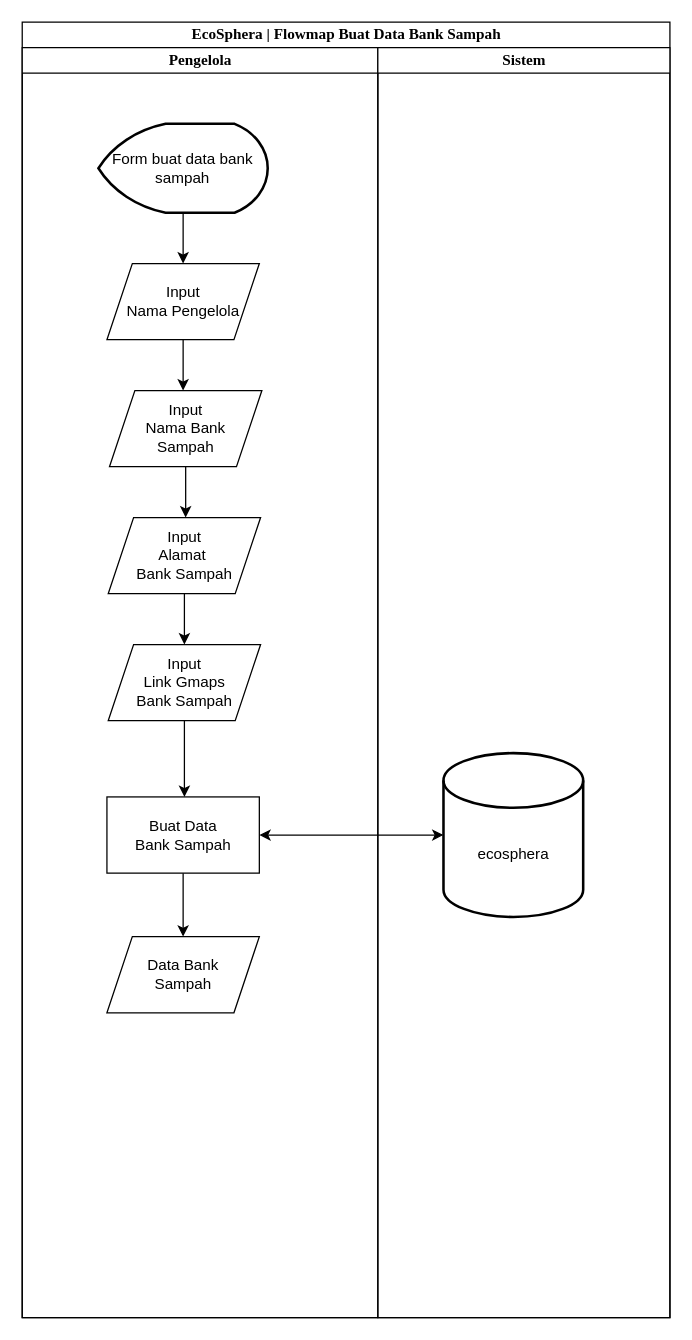
Before: flowmap/flowmap_create_bankSampah.drawio in Ainzu-kun/EcoSphera, a draw.io diagram. Source tidied: cells renumbered, new cells numbered last; positions are measured from the earlier drawing's top-left corner, leaving out a move shared by most shapes. Both pictures are drawn from the tidied source at 127%, with x=0, y=0 at pixel (22, 22).
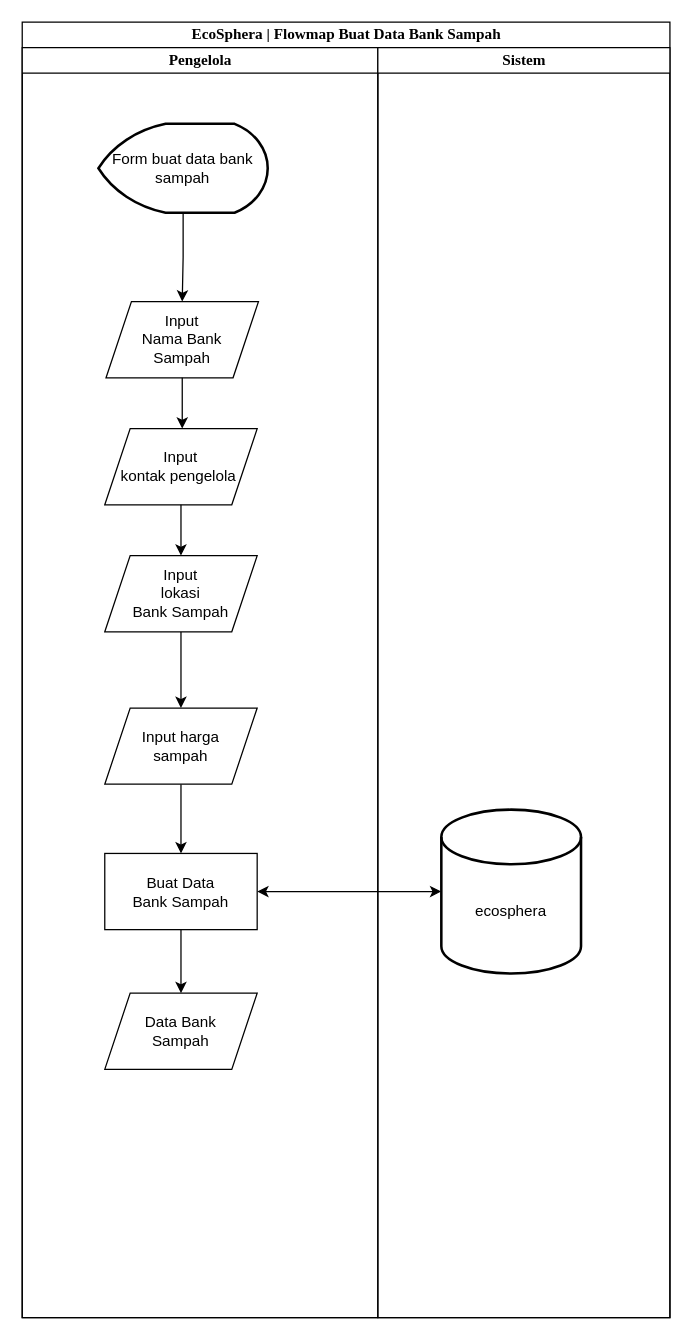
Above is the later version.

Unchanged cells that the change refers to:
```xml
<mxCell id="4" value="Pengelola" style="swimlane;html=1;startSize=20;fontFamily=Times New Roman;" parent="2" vertex="1">
  <mxGeometry y="20" width="280" height="1000" as="geometry" />
</mxCell>
<mxCell id="7" value="Form buat data bank sampah" style="strokeWidth=2;html=1;shape=mxgraph.flowchart.display;whiteSpace=wrap;" parent="4" vertex="1">
  <mxGeometry x="60" y="60" width="133.3" height="70" as="geometry" />
</mxCell>
<mxCell id="19" value="Sistem" style="swimlane;html=1;startSize=20;fontFamily=Times New Roman;" parent="2" vertex="1">
  <mxGeometry x="280" y="20" width="230" height="1000" as="geometry" />
</mxCell>
```

The edit, as a diff of the source:
```diff
@@
-    <mxCell id="6" style="edgeStyle=orthogonalEdgeStyle;rounded=0;jettySize=auto;html=1;entryX=0.5;entryY=0;entryDx=0;entryDy=0;" parent="4" edge="1" source="7" target="8">
-      <mxGeometry relative="1" as="geometry" />
-    </mxCell>
+    <mxCell id="21" style="edgeStyle=orthogonalEdgeStyle;rounded=0;jettySize=auto;html=1;" parent="4" edge="1" source="7" target="9">
+      <mxGeometry relative="1" as="geometry" />
+    </mxCell>
@@
-    <mxCell id="8" value="Input&lt;br&gt;Nama Pengelola" style="shape=parallelogram;perimeter=parallelogramPerimeter;whiteSpace=wrap;html=1;fixedSize=1;" parent="4" vertex="1">
-      <mxGeometry x="66.7" y="170" width="120" height="60" as="geometry" />
-    </mxCell>
     <mxCell id="9" value="Input&lt;br&gt;Nama Bank&lt;br&gt;Sampah" style="shape=parallelogram;perimeter=parallelogramPerimeter;whiteSpace=wrap;html=1;fixedSize=1;" parent="4" vertex="1">
-      <mxGeometry x="68.7" y="270" width="120" height="60" as="geometry" />
+      <mxGeometry x="66" y="200" width="120" height="60" as="geometry" />
     </mxCell>
-    <mxCell id="10" style="edgeStyle=orthogonalEdgeStyle;rounded=0;jettySize=auto;html=1;" parent="4" edge="1" source="8" target="9">
-      <mxGeometry relative="1" as="geometry">
-        <Array as="points">
-          <mxPoint x="126.7" y="230" />
-          <mxPoint x="126.7" y="230" />
-        </Array>
-      </mxGeometry>
-    </mxCell>
-    <mxCell id="11" value="Input&lt;br&gt;Alamat&amp;nbsp;&lt;br&gt;Bank Sampah" style="shape=parallelogram;perimeter=parallelogramPerimeter;whiteSpace=wrap;html=1;fixedSize=1;" parent="4" vertex="1">
-      <mxGeometry x="67.7" y="370" width="120" height="60" as="geometry" />
+    <mxCell id="11" value="Input&lt;br&gt;kontak pengelola&amp;nbsp;" style="shape=parallelogram;perimeter=parallelogramPerimeter;whiteSpace=wrap;html=1;fixedSize=1;" parent="4" vertex="1">
+      <mxGeometry x="65" y="300" width="120" height="60" as="geometry" />
     </mxCell>
     <mxCell id="12" style="edgeStyle=orthogonalEdgeStyle;rounded=0;jettySize=auto;html=1;" parent="4" edge="1" source="9" target="11">
       <mxGeometry relative="1" as="geometry">
         <Array as="points">
-          <mxPoint x="127.7" y="330" />
-          <mxPoint x="127.7" y="330" />
+          <mxPoint x="125" y="260" />
+          <mxPoint x="125" y="260" />
         </Array>
       </mxGeometry>
     </mxCell>
+    <mxCell id="22" style="edgeStyle=orthogonalEdgeStyle;rounded=0;jettySize=auto;html=1;entryX=0.5;entryY=0;entryDx=0;entryDy=0;" parent="4" edge="1" source="13" target="24">
+      <mxGeometry relative="1" as="geometry" />
+    </mxCell>
-    <mxCell id="13" value="Input&lt;br&gt;Link Gmaps&lt;br&gt;Bank Sampah" style="shape=parallelogram;perimeter=parallelogramPerimeter;whiteSpace=wrap;html=1;fixedSize=1;" parent="4" vertex="1">
-      <mxGeometry x="67.7" y="470" width="120" height="60" as="geometry" />
+    <mxCell id="13" value="Input&lt;br&gt;lokasi&lt;br&gt;Bank Sampah" style="shape=parallelogram;perimeter=parallelogramPerimeter;whiteSpace=wrap;html=1;fixedSize=1;" parent="4" vertex="1">
+      <mxGeometry x="65" y="400" width="120" height="60" as="geometry" />
     </mxCell>
@@
     <mxCell id="16" value="Buat Data&lt;br&gt;Bank Sampah" style="rounded=0;whiteSpace=wrap;html=1;" parent="4" vertex="1">
-      <mxGeometry x="66.7" y="590" width="120" height="60" as="geometry" />
+      <mxGeometry x="65" y="634.5" width="120" height="60" as="geometry" />
     </mxCell>
-    <mxCell id="17" style="edgeStyle=orthogonalEdgeStyle;rounded=0;jettySize=auto;html=1;" parent="4" edge="1" source="13" target="16">
-      <mxGeometry relative="1" as="geometry">
-        <Array as="points">
-          <mxPoint x="126.7" y="520" />
-          <mxPoint x="126.7" y="520" />
-        </Array>
-      </mxGeometry>
-    </mxCell>
     <mxCell id="18" value="Data Bank&lt;br&gt;Sampah" style="shape=parallelogram;perimeter=parallelogramPerimeter;whiteSpace=wrap;html=1;fixedSize=1;" parent="4" vertex="1">
-      <mxGeometry x="66.7" y="700" width="120" height="60" as="geometry" />
+      <mxGeometry x="65" y="744.5" width="120" height="60" as="geometry" />
     </mxCell>
+    <mxCell id="23" style="edgeStyle=orthogonalEdgeStyle;rounded=0;jettySize=auto;html=1;entryX=0.5;entryY=0;entryDx=0;entryDy=0;" parent="4" edge="1" source="24" target="16">
+      <mxGeometry relative="1" as="geometry" />
+    </mxCell>
+    <mxCell id="24" value="Input harga&lt;br&gt;sampah" style="shape=parallelogram;perimeter=parallelogramPerimeter;whiteSpace=wrap;html=1;fixedSize=1;" parent="4" vertex="1">
+      <mxGeometry x="65" y="520" width="120" height="60" as="geometry" />
+    </mxCell>
@@
     <mxCell id="20" value="&lt;div&gt;&lt;br&gt;&lt;/div&gt;&lt;div&gt;&lt;br&gt;&lt;/div&gt;ecosphera&lt;div&gt;&lt;/div&gt;" style="strokeWidth=2;html=1;shape=mxgraph.flowchart.database;whiteSpace=wrap;" parent="19" vertex="1">
-      <mxGeometry x="51.7" y="555.5" width="110" height="129" as="geometry" />
+      <mxGeometry x="50" y="600" width="110" height="129" as="geometry" />
     </mxCell>
```
